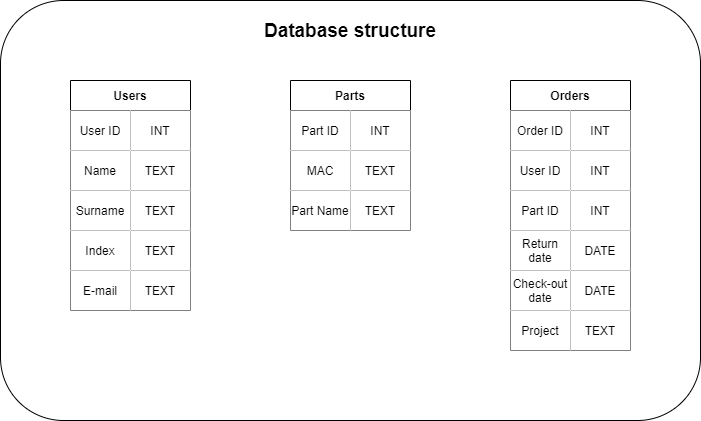
RadoslawSajdak/rfid-logger keeps this draw.io diagram as Graphics/base.png. Above is the earlier version. Source tidied: cells renumbered, new cells last; positions are measured from the earlier drawing's top-left corner, leaving out a move shared by most shapes.
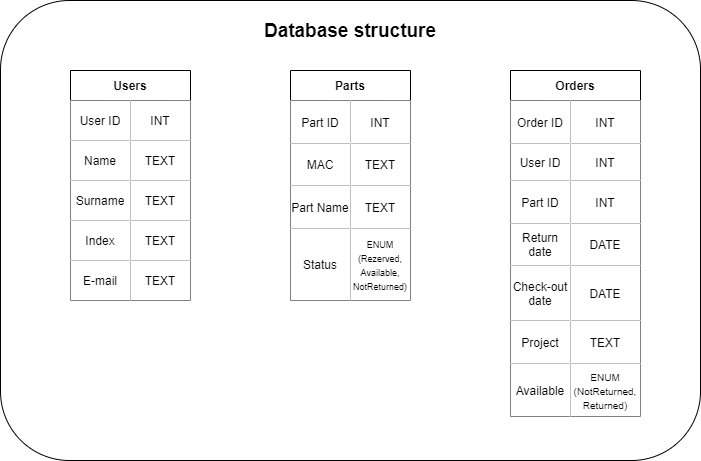
Later version of the same file.

Commit message:
Updated base structure

Diff of the diagram source:
```diff
@@ -3,7 +3,7 @@
     <mxCell id="0" />
     <mxCell id="1" parent="0" />
     <mxCell id="2" style="rounded=1;whiteSpace=wrap;html=1;startSize=30;" parent="1" vertex="1">
-      <mxGeometry width="700" height="420" as="geometry" />
+      <mxGeometry y="10" width="700" height="460" as="geometry" />
     </mxCell>
     <mxCell id="3" value="Users" style="shape=table;html=1;whiteSpace=wrap;startSize=30;fontStyle=1;align=center;" parent="1" vertex="1">
       <mxGeometry x="70" y="80" width="120" height="230" as="geometry" />
@@ -54,94 +54,112 @@
       <mxGeometry x="60" width="60" height="40" as="geometry" />
     </mxCell>
     <mxCell id="19" value="Parts" style="shape=table;html=1;whiteSpace=wrap;startSize=30;fontStyle=1;align=center;" parent="1" vertex="1">
-      <mxGeometry x="290" y="80" width="120" height="150" as="geometry" />
+      <mxGeometry x="290" y="80" width="120" height="230" as="geometry" />
     </mxCell>
     <mxCell id="20" style="shape=partialRectangle;html=1;whiteSpace=wrap;fillColor=none;top=0;left=0;bottom=0;right=0;" parent="19" vertex="1">
-      <mxGeometry y="30" width="120" height="40" as="geometry" />
+      <mxGeometry y="30" width="120" height="43" as="geometry" />
     </mxCell>
     <mxCell id="21" value="Part ID" style="shape=partialRectangle;html=1;whiteSpace=wrap;top=0;left=0;bottom=0;right=0;overflow=hidden;" parent="20" vertex="1">
-      <mxGeometry width="60" height="40" as="geometry" />
+      <mxGeometry width="60" height="43" as="geometry" />
     </mxCell>
     <mxCell id="22" value="INT" style="shape=partialRectangle;html=1;whiteSpace=wrap;top=0;left=0;bottom=0;right=0;overflow=hidden;" parent="20" vertex="1">
-      <mxGeometry x="60" width="60" height="40" as="geometry" />
+      <mxGeometry x="60" width="60" height="43" as="geometry" />
     </mxCell>
     <mxCell id="23" style="shape=partialRectangle;html=1;whiteSpace=wrap;fillColor=none;top=0;left=0;bottom=0;right=0;" parent="19" vertex="1">
-      <mxGeometry y="70" width="120" height="40" as="geometry" />
+      <mxGeometry y="73" width="120" height="42" as="geometry" />
     </mxCell>
     <mxCell id="24" value="MAC" style="shape=partialRectangle;html=1;whiteSpace=wrap;top=0;left=0;bottom=0;right=0;overflow=hidden;" parent="23" vertex="1">
-      <mxGeometry width="60" height="40" as="geometry" />
+      <mxGeometry width="60" height="42" as="geometry" />
     </mxCell>
     <mxCell id="25" value="&lt;span&gt;TEXT&lt;/span&gt;" style="shape=partialRectangle;html=1;whiteSpace=wrap;top=0;left=0;bottom=0;right=0;overflow=hidden;" parent="23" vertex="1">
-      <mxGeometry x="60" width="60" height="40" as="geometry" />
+      <mxGeometry x="60" width="60" height="42" as="geometry" />
     </mxCell>
     <mxCell id="26" style="shape=partialRectangle;html=1;whiteSpace=wrap;fillColor=none;top=0;left=0;bottom=0;right=0;" parent="19" vertex="1">
-      <mxGeometry y="110" width="120" height="40" as="geometry" />
+      <mxGeometry y="115" width="120" height="43" as="geometry" />
     </mxCell>
     <mxCell id="27" value="Part Name" style="shape=partialRectangle;html=1;whiteSpace=wrap;top=0;left=0;bottom=0;right=0;overflow=hidden;" parent="26" vertex="1">
-      <mxGeometry width="60" height="40" as="geometry" />
+      <mxGeometry width="60" height="43" as="geometry" />
     </mxCell>
     <mxCell id="28" value="&lt;span&gt;TEXT&lt;/span&gt;" style="shape=partialRectangle;html=1;whiteSpace=wrap;top=0;left=0;bottom=0;right=0;overflow=hidden;" parent="26" vertex="1">
-      <mxGeometry x="60" width="60" height="40" as="geometry" />
+      <mxGeometry x="60" width="60" height="43" as="geometry" />
     </mxCell>
+    <mxCell id="49" style="shape=partialRectangle;html=1;whiteSpace=wrap;fillColor=none;top=0;left=0;bottom=0;right=0;" parent="19" vertex="1">
+      <mxGeometry y="158" width="120" height="72" as="geometry" />
+    </mxCell>
+    <mxCell id="50" value="Status" style="shape=partialRectangle;html=1;whiteSpace=wrap;top=0;left=0;bottom=0;right=0;overflow=hidden;" parent="49" vertex="1">
+      <mxGeometry width="60" height="72" as="geometry" />
+    </mxCell>
+    <mxCell id="51" value="&lt;font style=&quot;font-size: 9px&quot;&gt;ENUM (Rezerved, Available, NotReturned)&lt;/font&gt;" style="shape=partialRectangle;html=1;whiteSpace=wrap;top=0;left=0;bottom=0;right=0;overflow=hidden;" parent="49" vertex="1">
+      <mxGeometry x="60" width="60" height="72" as="geometry" />
+    </mxCell>
     <mxCell id="29" value="Orders" style="shape=table;html=1;whiteSpace=wrap;startSize=30;fontStyle=1;align=center;" parent="1" vertex="1">
-      <mxGeometry x="510" y="80" width="120" height="270" as="geometry" />
+      <mxGeometry x="510" y="80" width="130" height="346" as="geometry" />
     </mxCell>
     <mxCell id="30" style="shape=partialRectangle;html=1;whiteSpace=wrap;fillColor=none;top=0;left=0;bottom=0;right=0;" parent="29" vertex="1">
-      <mxGeometry y="30" width="120" height="40" as="geometry" />
+      <mxGeometry y="30" width="130" height="43" as="geometry" />
     </mxCell>
     <mxCell id="31" value="Order ID" style="shape=partialRectangle;html=1;whiteSpace=wrap;top=0;left=0;bottom=0;right=0;overflow=hidden;" parent="30" vertex="1">
-      <mxGeometry width="60" height="40" as="geometry" />
+      <mxGeometry width="60" height="43" as="geometry" />
     </mxCell>
     <mxCell id="32" value="INT" style="shape=partialRectangle;html=1;whiteSpace=wrap;top=0;left=0;bottom=0;right=0;overflow=hidden;" parent="30" vertex="1">
-      <mxGeometry x="60" width="60" height="40" as="geometry" />
+      <mxGeometry x="60" width="70" height="43" as="geometry" />
     </mxCell>
     <mxCell id="33" style="shape=partialRectangle;html=1;whiteSpace=wrap;fillColor=none;top=0;left=0;bottom=0;right=0;" parent="29" vertex="1">
-      <mxGeometry y="70" width="120" height="40" as="geometry" />
+      <mxGeometry y="73" width="130" height="37" as="geometry" />
     </mxCell>
     <mxCell id="34" value="User ID" style="shape=partialRectangle;html=1;whiteSpace=wrap;top=0;left=0;bottom=0;right=0;overflow=hidden;" parent="33" vertex="1">
-      <mxGeometry width="60" height="40" as="geometry" />
+      <mxGeometry width="60" height="37" as="geometry" />
     </mxCell>
     <mxCell id="35" value="INT" style="shape=partialRectangle;html=1;whiteSpace=wrap;top=0;left=0;bottom=0;right=0;overflow=hidden;" parent="33" vertex="1">
-      <mxGeometry x="60" width="60" height="40" as="geometry" />
+      <mxGeometry x="60" width="70" height="37" as="geometry" />
     </mxCell>
     <mxCell id="36" style="shape=partialRectangle;html=1;whiteSpace=wrap;fillColor=none;top=0;left=0;bottom=0;right=0;" parent="29" vertex="1">
-      <mxGeometry y="110" width="120" height="40" as="geometry" />
+      <mxGeometry y="110" width="130" height="43" as="geometry" />
     </mxCell>
     <mxCell id="37" value="Part ID" style="shape=partialRectangle;html=1;whiteSpace=wrap;top=0;left=0;bottom=0;right=0;overflow=hidden;" parent="36" vertex="1">
-      <mxGeometry width="60" height="40" as="geometry" />
+      <mxGeometry width="60" height="43" as="geometry" />
     </mxCell>
     <mxCell id="38" value="INT" style="shape=partialRectangle;html=1;whiteSpace=wrap;top=0;left=0;bottom=0;right=0;overflow=hidden;" parent="36" vertex="1">
-      <mxGeometry x="60" width="60" height="40" as="geometry" />
+      <mxGeometry x="60" width="70" height="43" as="geometry" />
     </mxCell>
     <mxCell id="39" style="shape=partialRectangle;html=1;whiteSpace=wrap;fillColor=none;top=0;left=0;bottom=0;right=0;" parent="29" vertex="1">
-      <mxGeometry y="150" width="120" height="40" as="geometry" />
+      <mxGeometry y="153" width="130" height="42" as="geometry" />
     </mxCell>
     <mxCell id="40" value="&lt;span&gt;Return date&lt;/span&gt;" style="shape=partialRectangle;html=1;whiteSpace=wrap;top=0;left=0;bottom=0;right=0;overflow=hidden;" parent="39" vertex="1">
-      <mxGeometry width="60" height="40" as="geometry" />
+      <mxGeometry width="60" height="42" as="geometry" />
     </mxCell>
     <mxCell id="41" value="&lt;span&gt;DATE&lt;/span&gt;" style="shape=partialRectangle;html=1;whiteSpace=wrap;top=0;left=0;bottom=0;right=0;overflow=hidden;" parent="39" vertex="1">
-      <mxGeometry x="60" width="60" height="40" as="geometry" />
+      <mxGeometry x="60" width="70" height="42" as="geometry" />
     </mxCell>
     <mxCell id="42" style="shape=partialRectangle;html=1;whiteSpace=wrap;fillColor=none;top=0;left=0;bottom=0;right=0;" parent="29" vertex="1">
-      <mxGeometry y="190" width="120" height="40" as="geometry" />
+      <mxGeometry y="195" width="130" height="55" as="geometry" />
     </mxCell>
     <mxCell id="43" value="&lt;span&gt;Check-out date&lt;/span&gt;" style="shape=partialRectangle;html=1;whiteSpace=wrap;top=0;left=0;bottom=0;right=0;overflow=hidden;" parent="42" vertex="1">
-      <mxGeometry width="60" height="40" as="geometry" />
+      <mxGeometry width="60" height="55" as="geometry" />
     </mxCell>
     <mxCell id="44" value="&lt;span&gt;DATE&lt;/span&gt;" style="shape=partialRectangle;html=1;whiteSpace=wrap;top=0;left=0;bottom=0;right=0;overflow=hidden;" parent="42" vertex="1">
-      <mxGeometry x="60" width="60" height="40" as="geometry" />
+      <mxGeometry x="60" width="70" height="55" as="geometry" />
     </mxCell>
     <mxCell id="45" style="shape=partialRectangle;html=1;whiteSpace=wrap;fillColor=none;top=0;left=0;bottom=0;right=0;" parent="29" vertex="1">
-      <mxGeometry y="230" width="120" height="40" as="geometry" />
+      <mxGeometry y="250" width="130" height="43" as="geometry" />
     </mxCell>
     <mxCell id="46" value="Project" style="shape=partialRectangle;html=1;whiteSpace=wrap;top=0;left=0;bottom=0;right=0;overflow=hidden;" parent="45" vertex="1">
-      <mxGeometry width="60" height="40" as="geometry" />
+      <mxGeometry width="60" height="43" as="geometry" />
     </mxCell>
     <mxCell id="47" value="TEXT" style="shape=partialRectangle;html=1;whiteSpace=wrap;top=0;left=0;bottom=0;right=0;overflow=hidden;" parent="45" vertex="1">
-      <mxGeometry x="60" width="60" height="40" as="geometry" />
+      <mxGeometry x="60" width="70" height="43" as="geometry" />
     </mxCell>
+    <mxCell id="52" style="shape=partialRectangle;html=1;whiteSpace=wrap;fillColor=none;top=0;left=0;bottom=0;right=0;" parent="29" vertex="1">
+      <mxGeometry y="293" width="130" height="53" as="geometry" />
+    </mxCell>
+    <mxCell id="53" value="Available" style="shape=partialRectangle;html=1;whiteSpace=wrap;top=0;left=0;bottom=0;right=0;overflow=hidden;" parent="52" vertex="1">
+      <mxGeometry width="60" height="53" as="geometry" />
+    </mxCell>
+    <mxCell id="54" value="&lt;font style=&quot;font-size: 10px&quot;&gt;ENUM (NotReturned, Returned)&lt;/font&gt;" style="shape=partialRectangle;html=1;whiteSpace=wrap;top=0;left=0;bottom=0;right=0;overflow=hidden;" parent="52" vertex="1">
+      <mxGeometry x="60" width="70" height="53" as="geometry" />
+    </mxCell>
     <mxCell id="48" value="&lt;font style=&quot;font-size: 19px&quot;&gt;&lt;b&gt;Database structure&lt;/b&gt;&lt;/font&gt;" style="text;html=1;strokeColor=none;fillColor=none;align=center;verticalAlign=middle;whiteSpace=wrap;rounded=0;startSize=30;" parent="1" vertex="1">
-      <mxGeometry x="255" width="190" height="60" as="geometry" />
+      <mxGeometry x="255" y="10" width="190" height="60" as="geometry" />
     </mxCell>
   </root>
 </mxGraphModel>
```
